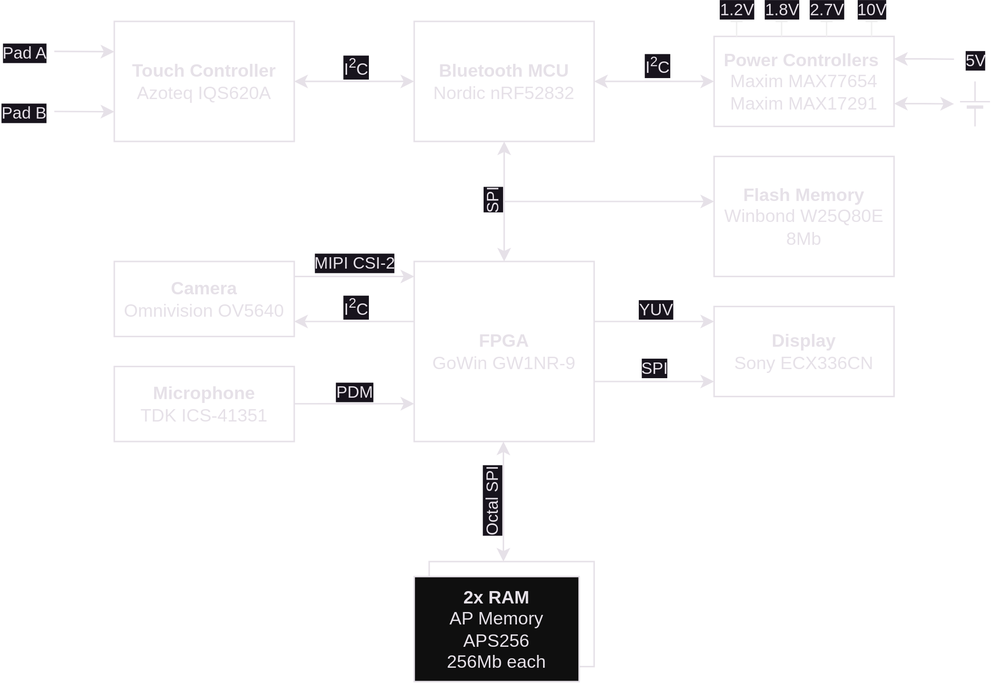
This is monocle/images/monocle-hw-block-diagram.svg from brilliantlabsAR/docs, a draw.io export, as it was before one commit. Source tidied: cells renumbered, new cells last; positions are measured from the earlier drawing's top-left corner, leaving out a move shared by most shapes.
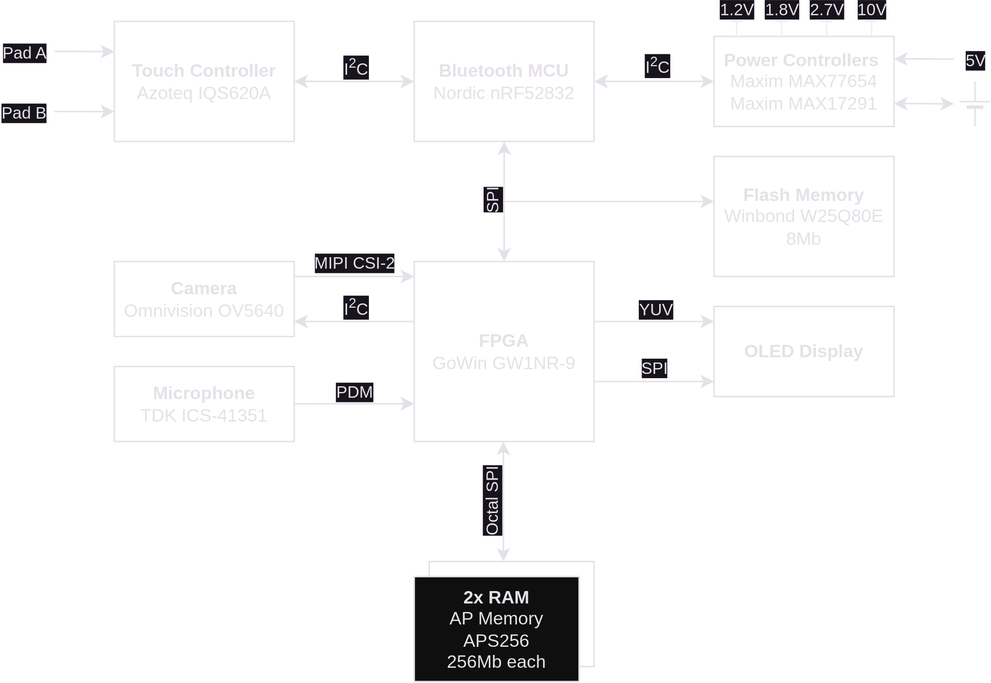
Later version of the same file.

Commit message:
Removed Sony ECX336CN part number from docs

What changed in the source:
```diff
@@ -25,7 +25,7 @@
     <mxCell id="8" value="&lt;b&gt;Power Controllers&amp;nbsp;&lt;br&gt;&lt;/b&gt;Maxim MAX77654&lt;br&gt;Maxim MAX17291" style="rounded=0;whiteSpace=wrap;html=1;fontColor=#E6E1E8;strokeColor=#E6E1E8;fillColor=none;" parent="1" vertex="1">
       <mxGeometry x="440" y="10" width="120" height="60" as="geometry" />
     </mxCell>
-    <mxCell id="9" value="&lt;b&gt;Display&lt;/b&gt;&lt;br&gt;Sony ECX336CN" style="rounded=0;whiteSpace=wrap;html=1;fontColor=#E6E1E8;strokeColor=#E6E1E8;fillColor=none;" parent="1" vertex="1">
+    <mxCell id="9" value="&lt;b&gt;OLED Display&lt;/b&gt;" style="rounded=0;whiteSpace=wrap;html=1;fontColor=#E6E1E8;strokeColor=#E6E1E8;fillColor=none;" parent="1" vertex="1">
       <mxGeometry x="440" y="190" width="120" height="60" as="geometry" />
     </mxCell>
     <mxCell id="10" value="&lt;b&gt;Flash Memory&lt;/b&gt;&lt;br&gt;Winbond W25Q80E&lt;br&gt;8Mb" style="rounded=0;whiteSpace=wrap;html=1;fontColor=#E6E1E8;strokeColor=#E6E1E8;fillColor=none;" parent="1" vertex="1">
```
